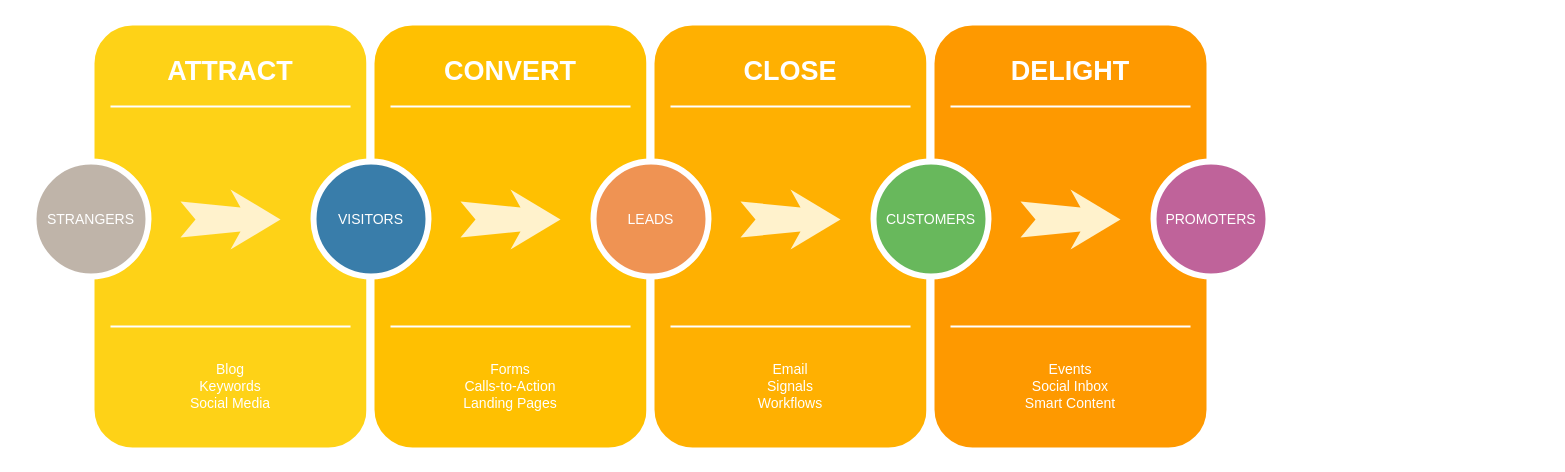
Earlier version of the draw.io diagram plan.drawio (greenabyss/image). Source tidied: cells renumbered, new cells numbered last; positions are measured from the earlier drawing's top-left corner, leaving out a move shared by most shapes. Both pictures are drawn from the tidied source at 100%, with x=0, y=0 at pixel (33, 21).
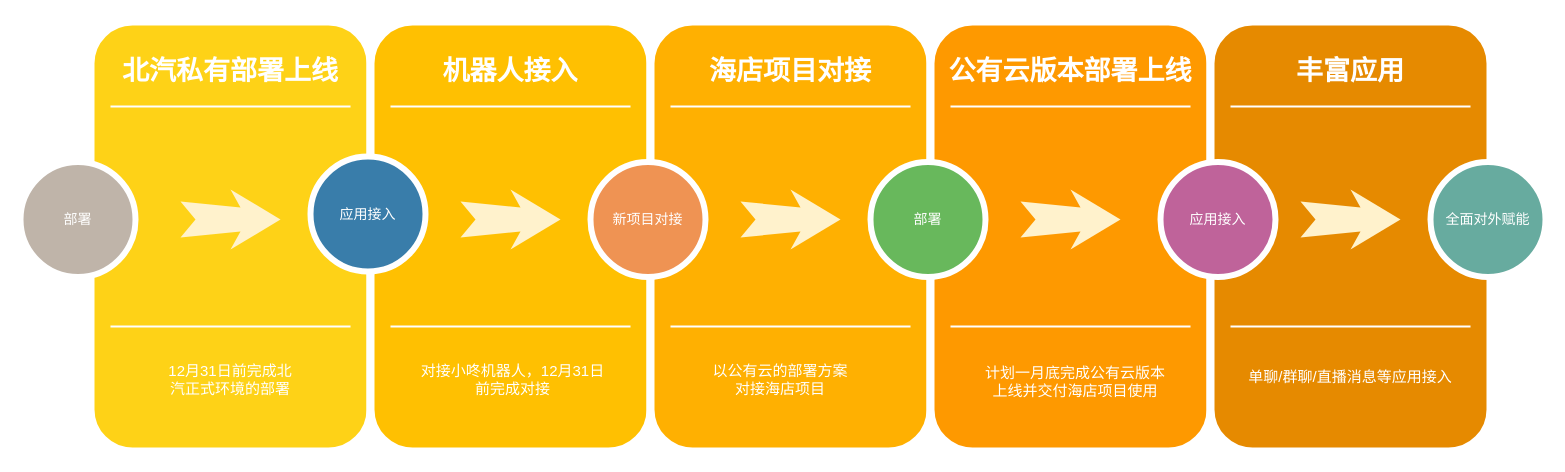
The same diagram, later.

Change to the diagram source:
```diff
@@
-    <mxCell id="3" value="ATTRACT" style="text;html=1;strokeColor=none;fillColor=none;align=center;verticalAlign=middle;whiteSpace=wrap;rounded=0;shadow=0;fontSize=27;fontColor=#FFFFFF;fontStyle=1;" parent="1" vertex="1">
+    <mxCell id="3" value="北汽私有部署上线" style="text;html=1;strokeColor=none;fillColor=none;align=center;verticalAlign=middle;whiteSpace=wrap;rounded=0;shadow=0;fontSize=27;fontColor=#FFFFFF;fontStyle=1;" parent="1" vertex="1">
       <mxGeometry x="57" y="20" width="280" height="60" as="geometry" />
     </mxCell>
-    <mxCell id="4" value="Blog&lt;div&gt;Keywords&lt;/div&gt;&lt;div&gt;Social Media&lt;/div&gt;" style="text;html=1;strokeColor=none;fillColor=none;align=center;verticalAlign=middle;whiteSpace=wrap;rounded=0;shadow=0;fontSize=14;fontColor=#FFFFFF;" parent="1" vertex="1">
-      <mxGeometry x="57" y="320" width="280" height="90" as="geometry" />
+    <mxCell id="4" value="&lt;font style=&quot;font-size: 15px&quot;&gt;12月31日前完成北汽正式环境的部署&lt;/font&gt;" style="text;html=1;strokeColor=none;fillColor=none;align=center;verticalAlign=middle;whiteSpace=wrap;rounded=0;shadow=0;fontSize=14;fontColor=#FFFFFF;" parent="1" vertex="1">
+      <mxGeometry x="127" y="315" width="140" height="85" as="geometry" />
     </mxCell>
@@
-    <mxCell id="7" value="STRANGERS" style="ellipse;whiteSpace=wrap;html=1;rounded=0;shadow=0;strokeWidth=6;fontSize=14;align=center;fillColor=#BFB4A9;strokeColor=#FFFFFF;fontColor=#FFFFFF;" parent="1" vertex="1">
-      <mxGeometry y="140" width="115" height="115" as="geometry" />
-    </mxCell>
@@
-    <mxCell id="10" value="CONVERT" style="text;html=1;strokeColor=none;fillColor=none;align=center;verticalAlign=middle;whiteSpace=wrap;rounded=0;shadow=0;fontSize=27;fontColor=#FFFFFF;fontStyle=1;" parent="1" vertex="1">
+    <mxCell id="10" value="机器人接入" style="text;html=1;strokeColor=none;fillColor=none;align=center;verticalAlign=middle;whiteSpace=wrap;rounded=0;shadow=0;fontSize=27;fontColor=#FFFFFF;fontStyle=1;" parent="1" vertex="1">
       <mxGeometry x="337" y="20" width="280" height="60" as="geometry" />
     </mxCell>
-    <mxCell id="11" value="Forms&lt;div&gt;Calls-to-Action&lt;/div&gt;&lt;div&gt;Landing Pages&lt;/div&gt;" style="text;html=1;strokeColor=none;fillColor=none;align=center;verticalAlign=middle;whiteSpace=wrap;rounded=0;shadow=0;fontSize=14;fontColor=#FFFFFF;" parent="1" vertex="1">
-      <mxGeometry x="337" y="320" width="280" height="90" as="geometry" />
+    <mxCell id="11" value="&lt;font style=&quot;font-size: 15px&quot;&gt;对接小咚机器人，12月31日前完成对接&lt;/font&gt;" style="text;html=1;strokeColor=none;fillColor=none;align=center;verticalAlign=middle;whiteSpace=wrap;rounded=0;shadow=0;fontSize=14;fontColor=#FFFFFF;" parent="1" vertex="1">
+      <mxGeometry x="382" y="320" width="195" height="75" as="geometry" />
     </mxCell>
@@
-    <mxCell id="14" value="VISITORS" style="ellipse;whiteSpace=wrap;html=1;rounded=0;shadow=0;strokeWidth=6;fontSize=14;align=center;fillColor=#397DAA;strokeColor=#FFFFFF;fontColor=#FFFFFF;" parent="1" vertex="1">
-      <mxGeometry x="280" y="140" width="115" height="115" as="geometry" />
-    </mxCell>
@@
-    <mxCell id="17" value="CLOSE" style="text;html=1;strokeColor=none;fillColor=none;align=center;verticalAlign=middle;whiteSpace=wrap;rounded=0;shadow=0;fontSize=27;fontColor=#FFFFFF;fontStyle=1;" parent="1" vertex="1">
+    <mxCell id="17" value="海店项目对接" style="text;html=1;strokeColor=none;fillColor=none;align=center;verticalAlign=middle;whiteSpace=wrap;rounded=0;shadow=0;fontSize=27;fontColor=#FFFFFF;fontStyle=1;" parent="1" vertex="1">
       <mxGeometry x="617" y="20" width="280" height="60" as="geometry" />
     </mxCell>
-    <mxCell id="18" value="Email&lt;div&gt;Signals&lt;/div&gt;&lt;div&gt;Workflows&lt;/div&gt;" style="text;html=1;strokeColor=none;fillColor=none;align=center;verticalAlign=middle;whiteSpace=wrap;rounded=0;shadow=0;fontSize=14;fontColor=#FFFFFF;" parent="1" vertex="1">
-      <mxGeometry x="617" y="320" width="280" height="90" as="geometry" />
+    <mxCell id="18" value="&lt;font style=&quot;font-size: 15px&quot;&gt;以公有云的部署方案对接海店项目&lt;/font&gt;" style="text;html=1;strokeColor=none;fillColor=none;align=center;verticalAlign=middle;whiteSpace=wrap;rounded=0;shadow=0;fontSize=14;fontColor=#FFFFFF;" parent="1" vertex="1">
+      <mxGeometry x="677" y="310" width="140" height="95" as="geometry" />
     </mxCell>
@@
-    <mxCell id="21" value="LEADS" style="ellipse;whiteSpace=wrap;html=1;rounded=0;shadow=0;strokeWidth=6;fontSize=14;align=center;fillColor=#EF9353;strokeColor=#FFFFFF;fontColor=#FFFFFF;" parent="1" vertex="1">
-      <mxGeometry x="560" y="140" width="115" height="115" as="geometry" />
-    </mxCell>
@@
-    <mxCell id="24" value="DELIGHT" style="text;html=1;strokeColor=none;fillColor=none;align=center;verticalAlign=middle;whiteSpace=wrap;rounded=0;shadow=0;fontSize=27;fontColor=#FFFFFF;fontStyle=1;" parent="1" vertex="1">
+    <mxCell id="24" value="公有云版本部署上线" style="text;html=1;strokeColor=none;fillColor=none;align=center;verticalAlign=middle;whiteSpace=wrap;rounded=0;shadow=0;fontSize=27;fontColor=#FFFFFF;fontStyle=1;" parent="1" vertex="1">
       <mxGeometry x="897" y="20" width="280" height="60" as="geometry" />
     </mxCell>
-    <mxCell id="25" value="Events&lt;div&gt;Social Inbox&lt;/div&gt;&lt;div&gt;Smart Content&lt;/div&gt;" style="text;html=1;strokeColor=none;fillColor=none;align=center;verticalAlign=middle;whiteSpace=wrap;rounded=0;shadow=0;fontSize=14;fontColor=#FFFFFF;" parent="1" vertex="1">
-      <mxGeometry x="897" y="320" width="280" height="90" as="geometry" />
+    <mxCell id="25" value="&lt;font style=&quot;font-size: 15px&quot;&gt;计划一月底完成公有云版本上线并交付海店项目使用&lt;/font&gt;" style="text;html=1;strokeColor=none;fillColor=none;align=center;verticalAlign=middle;whiteSpace=wrap;rounded=0;shadow=0;fontSize=14;fontColor=#FFFFFF;" parent="1" vertex="1">
+      <mxGeometry x="947" y="315" width="190" height="90" as="geometry" />
     </mxCell>
@@
-    <mxCell id="28" value="CUSTOMERS" style="ellipse;whiteSpace=wrap;html=1;rounded=0;shadow=0;strokeWidth=6;fontSize=14;align=center;fillColor=#68B85C;strokeColor=#FFFFFF;fontColor=#FFFFFF;" parent="1" vertex="1">
-      <mxGeometry x="840" y="140" width="115" height="115" as="geometry" />
-    </mxCell>
@@
-    <mxCell id="30" value="PROMOTERS" style="ellipse;whiteSpace=wrap;html=1;rounded=0;shadow=0;strokeWidth=6;fontSize=14;align=center;fillColor=#BF639A;strokeColor=#FFFFFF;fontColor=#FFFFFF;" parent="1" vertex="1">
-      <mxGeometry x="1120" y="140" width="115" height="115" as="geometry" />
-    </mxCell>
+    <mxCell id="31" style="whiteSpace=wrap;html=1;rounded=1;shadow=0;strokeWidth=8;fontSize=20;align=center;strokeColor=#FFFFFF;fillColor=#E68A00;" parent="1" vertex="1">
+      <mxGeometry x="1177" width="280" height="430" as="geometry" />
+    </mxCell>
+    <mxCell id="32" value="丰富应用" style="text;html=1;strokeColor=none;fillColor=none;align=center;verticalAlign=middle;whiteSpace=wrap;rounded=0;shadow=0;fontSize=27;fontColor=#FFFFFF;fontStyle=1;" parent="1" vertex="1">
+      <mxGeometry x="1177" y="20" width="280" height="60" as="geometry" />
+    </mxCell>
+    <mxCell id="33" value="&lt;font style=&quot;font-size: 15px&quot;&gt;单聊/群聊/直播消息等应用接入&lt;/font&gt;" style="text;html=1;strokeColor=none;fillColor=none;align=center;verticalAlign=middle;whiteSpace=wrap;rounded=0;shadow=0;fontSize=14;fontColor=#FFFFFF;" parent="1" vertex="1">
+      <mxGeometry x="1177" y="310" width="280" height="90" as="geometry" />
+    </mxCell>
+    <mxCell id="34" style="line;strokeWidth=2;html=1;rounded=0;shadow=0;fontSize=27;align=center;fillColor=none;strokeColor=#FFFFFF;" parent="1" vertex="1">
+      <mxGeometry x="1197" y="80" width="240" height="10" as="geometry" />
+    </mxCell>
+    <mxCell id="35" style="line;strokeWidth=2;html=1;rounded=0;shadow=0;fontSize=27;align=center;fillColor=none;strokeColor=#FFFFFF;" parent="1" vertex="1">
+      <mxGeometry x="1197" y="300" width="240" height="10" as="geometry" />
+    </mxCell>
+    <mxCell id="36" value="部署" style="ellipse;whiteSpace=wrap;html=1;rounded=0;shadow=0;strokeWidth=6;fontSize=14;align=center;strokeColor=#FFFFFF;fontColor=#FFFFFF;fillColor=#BFB4A9;" parent="1" vertex="1">
+      <mxGeometry x="-13" y="140.5" width="115" height="115" as="geometry" />
+    </mxCell>
+    <mxCell id="37" value="应用接入" style="ellipse;whiteSpace=wrap;html=1;rounded=0;shadow=0;strokeWidth=6;fontSize=14;align=center;strokeColor=#FFFFFF;fontColor=#FFFFFF;fillColor=#397DAA;" parent="1" vertex="1">
+      <mxGeometry x="277" y="135" width="115" height="115" as="geometry" />
+    </mxCell>
+    <mxCell id="38" value="新项目对接" style="ellipse;whiteSpace=wrap;html=1;rounded=0;shadow=0;strokeWidth=6;fontSize=14;align=center;strokeColor=#FFFFFF;fontColor=#FFFFFF;fillColor=#EF9353;" parent="1" vertex="1">
+      <mxGeometry x="557" y="140.5" width="115" height="115" as="geometry" />
+    </mxCell>
+    <mxCell id="39" value="部署" style="ellipse;whiteSpace=wrap;html=1;rounded=0;shadow=0;strokeWidth=6;fontSize=14;align=center;strokeColor=#FFFFFF;fontColor=#FFFFFF;fillColor=#68B85C;" parent="1" vertex="1">
+      <mxGeometry x="837" y="140.5" width="115" height="115" as="geometry" />
+    </mxCell>
+    <mxCell id="40" value="应用接入" style="ellipse;whiteSpace=wrap;html=1;rounded=0;shadow=0;strokeWidth=6;fontSize=14;align=center;strokeColor=#FFFFFF;fontColor=#FFFFFF;fillColor=#BF639A;" parent="1" vertex="1">
+      <mxGeometry x="1127" y="140.5" width="115" height="115" as="geometry" />
+    </mxCell>
+    <mxCell id="41" value="全面对外赋能" style="ellipse;whiteSpace=wrap;html=1;rounded=0;shadow=0;strokeWidth=6;fontSize=14;align=center;strokeColor=#FFFFFF;fontColor=#FFFFFF;fillColor=#67AB9F;" parent="1" vertex="1">
+      <mxGeometry x="1397" y="140.5" width="115" height="115" as="geometry" />
+    </mxCell>
+    <mxCell id="42" style="html=1;shadow=0;dashed=0;align=center;verticalAlign=middle;shape=mxgraph.arrows2.stylisedArrow;dy=0.6;dx=40;notch=15;feather=0.4;rounded=0;strokeWidth=1;fontSize=27;strokeColor=none;fillColor=#fff2cc;" parent="1" vertex="1">
+      <mxGeometry x="1267" y="168" width="100" height="60" as="geometry" />
+    </mxCell>
```
